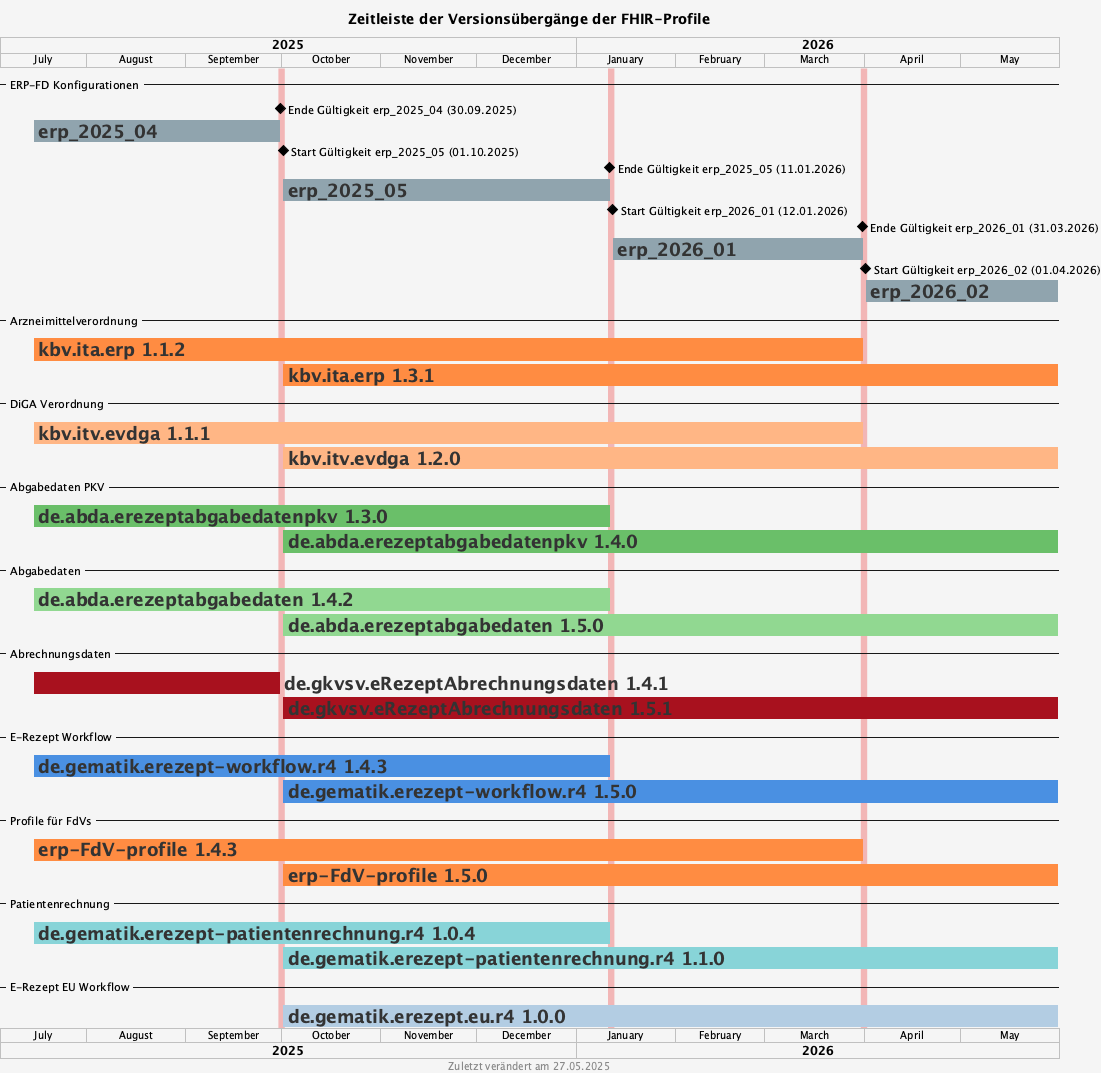
This is images/puml_2025-10-01_fhir-transition_timeline.png from gematik/api-erp, a PlantUML export, as it was before one commit.
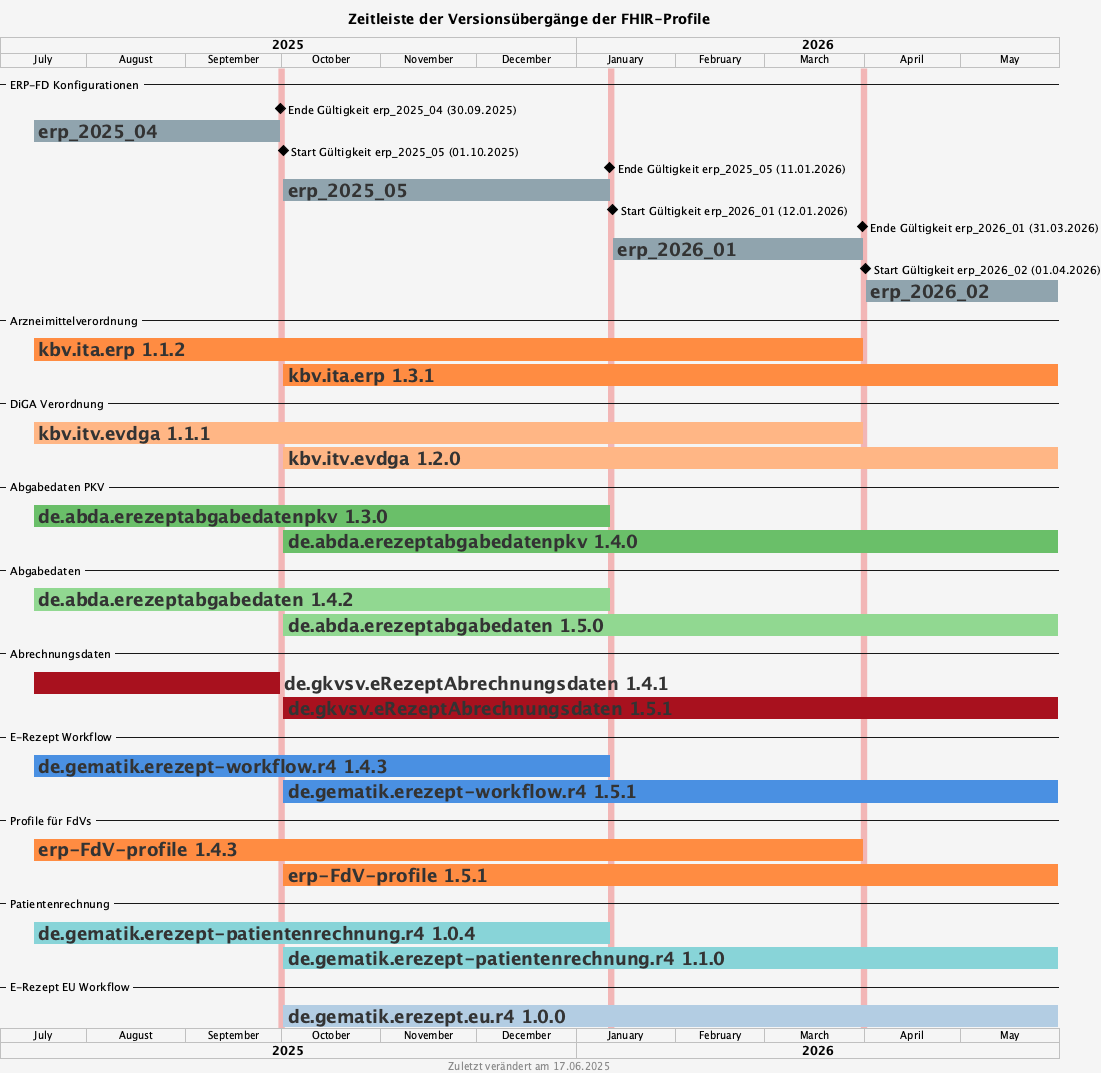
The same diagram one commit later.

Commit message:
update package workflow 1.5.1

Change to the diagram source:
```diff
@@ -17,7 +17,7 @@
 </style>
 
 title Zeitleiste der Versionsübergänge der FHIR-Profile
-footer Zuletzt verändert am 27.05.2025
+footer Zuletzt verändert am 17.06.2025
 
 projectscale monthly zoom 3
 Project starts 2025-07-05
@@ -106,16 +106,16 @@
 [de.gematik.erezept-workflow.r4 1.4.3] starts 2025-07-15 and ends 2026-01-11
 [de.gematik.erezept-workflow.r4 1.4.3] is colored in #4a90e2
 
-[de.gematik.erezept-workflow.r4 1.5.0] starts 2025-10-01 and ends 2026-05-31
-[de.gematik.erezept-workflow.r4 1.5.0] is colored in #4a90e2
+[de.gematik.erezept-workflow.r4 1.5.1] starts 2025-10-01 and ends 2026-05-31
+[de.gematik.erezept-workflow.r4 1.5.1] is colored in #4a90e2
 
 -- Profile für FdVs --
 
 [erp-FdV-profile 1.4.3] starts 2025-07-15 and ends 2026-03-31
 [erp-FdV-profile 1.4.3] is colored in #ff8c42
 
-[erp-FdV-profile 1.5.0] starts 2025-10-01 and ends 2026-05-31
-[erp-FdV-profile 1.5.0] is colored in #ff8c42
+[erp-FdV-profile 1.5.1] starts 2025-10-01 and ends 2026-05-31
+[erp-FdV-profile 1.5.1] is colored in #ff8c42
 
 -- Patientenrechnung --
 
```
